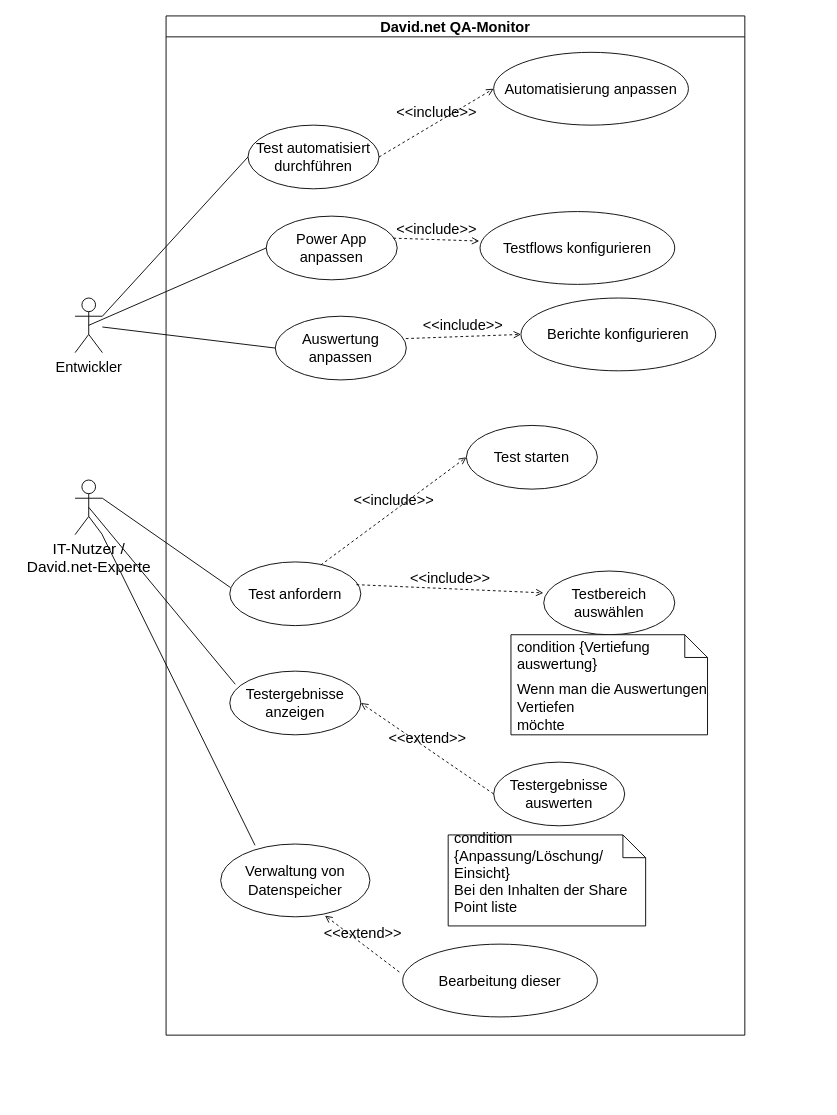
This is page "Seite-21" (21 of 25) of Unbenanntes Diagramm.drawio from ZimmermannITNutzerLU/Diagramme, a draw.io file, before an edit. Source tidied: cells renumbered, new cells numbered last; positions are measured from the earlier drawing's top-left corner, leaving out a move shared by most shapes. Both pictures are drawn from the tidied source at 91%, with x=0, y=0 at pixel (75, 15).
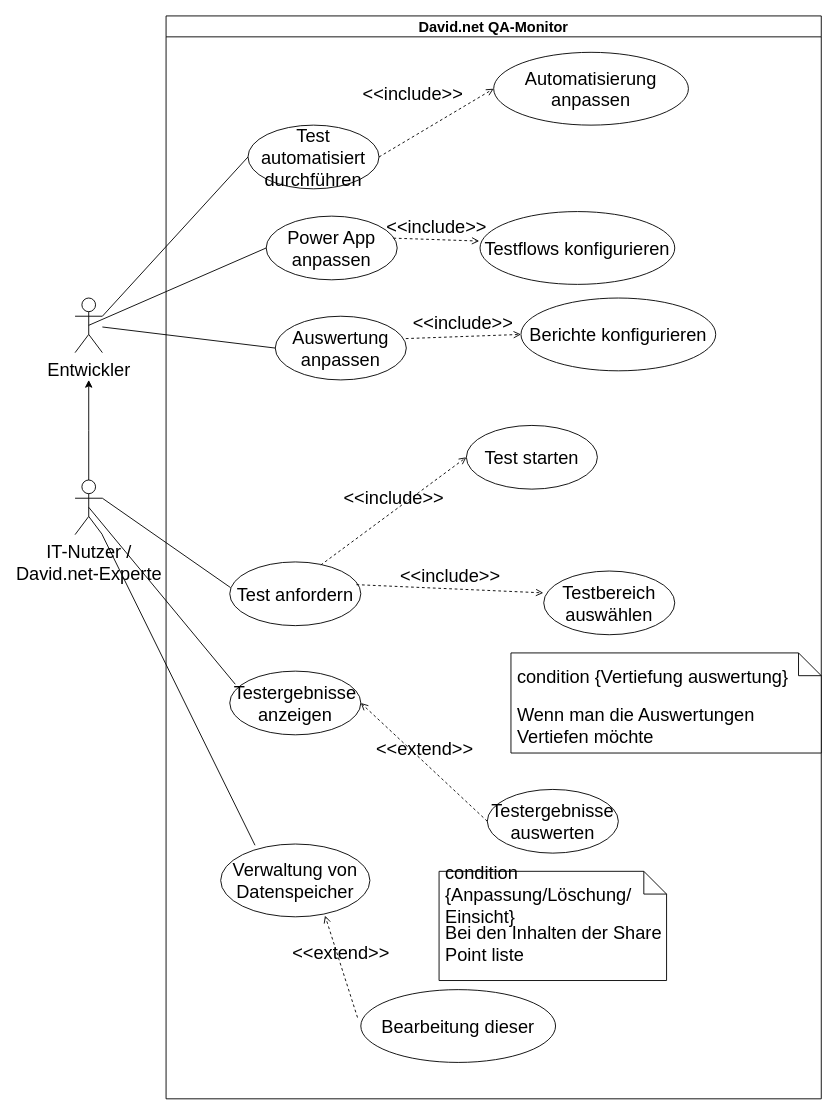
Above is the later version.

Commit message:
Überarbeite Version.drawio eingefügt

Change to the diagram source:
```diff
@@
     <mxCell id="2" value="&lt;font style=&quot;font-size: 16px;&quot;&gt;David.net QA-Monitor&lt;/font&gt;" style="swimlane;whiteSpace=wrap;html=1;" parent="1" vertex="1">
-      <mxGeometry x="100" width="636" height="1120" as="geometry" />
+      <mxGeometry x="100" width="720" height="1190" as="geometry" />
     </mxCell>
-    <mxCell id="3" value="&lt;font style=&quot;font-size: 16px;&quot;&gt;Test automatisiert durchführen&lt;/font&gt;" style="ellipse;whiteSpace=wrap;html=1;" parent="2" vertex="1">
+    <mxCell id="3" value="&lt;font&gt;Test automatisiert durchführen&lt;/font&gt;" style="ellipse;whiteSpace=wrap;html=1;fontSize=20;" parent="2" vertex="1">
       <mxGeometry x="90" y="120" width="144" height="70" as="geometry" />
     </mxCell>
-    <mxCell id="4" value="&lt;font style=&quot;font-size: 16px;&quot;&gt;Test anfordern&lt;/font&gt;" style="ellipse;whiteSpace=wrap;html=1;" parent="2" vertex="1">
+    <mxCell id="4" value="&lt;font&gt;Test anfordern&lt;/font&gt;" style="ellipse;whiteSpace=wrap;html=1;fontSize=20;" parent="2" vertex="1">
       <mxGeometry x="70" y="600" width="144" height="70" as="geometry" />
     </mxCell>
-    <mxCell id="5" value="&lt;font style=&quot;font-size: 16px;&quot;&gt;Testbereich auswählen&lt;/font&gt;" style="ellipse;whiteSpace=wrap;html=1;" parent="2" vertex="1">
+    <mxCell id="5" value="&lt;font&gt;Testbereich auswählen&lt;/font&gt;" style="ellipse;whiteSpace=wrap;html=1;fontSize=20;" parent="2" vertex="1">
       <mxGeometry x="415" y="610" width="144" height="70" as="geometry" />
     </mxCell>
-    <mxCell id="6" value="&lt;font style=&quot;font-size: 16px;&quot;&gt;Test starten&lt;/font&gt;" style="ellipse;whiteSpace=wrap;html=1;" parent="2" vertex="1">
+    <mxCell id="6" value="&lt;font&gt;Test starten&lt;/font&gt;" style="ellipse;whiteSpace=wrap;html=1;fontSize=20;" parent="2" vertex="1">
       <mxGeometry x="330" y="450" width="144" height="70" as="geometry" />
     </mxCell>
-    <mxCell id="7" value="&lt;font style=&quot;font-size: 16px;&quot;&gt;&amp;lt;&amp;lt;include&amp;gt;&amp;gt;&lt;/font&gt;" style="html=1;verticalAlign=bottom;labelBackgroundColor=none;endArrow=open;endFill=0;dashed=1;rounded=0;entryX=0;entryY=0.5;entryDx=0;entryDy=0;exitX=0.694;exitY=0.049;exitDx=0;exitDy=0;exitPerimeter=0;" parent="2" edge="1" source="4" target="6">
+    <mxCell id="7" value="&lt;font&gt;&amp;lt;&amp;lt;include&amp;gt;&amp;gt;&lt;/font&gt;" style="html=1;verticalAlign=bottom;labelBackgroundColor=none;endArrow=open;endFill=0;dashed=1;rounded=0;entryX=0;entryY=0.5;entryDx=0;entryDy=0;exitX=0.694;exitY=0.049;exitDx=0;exitDy=0;exitPerimeter=0;fontSize=20;" parent="2" edge="1" source="4" target="6">
       <mxGeometry relative="1" as="geometry" />
     </mxCell>
-    <mxCell id="8" value="&lt;font style=&quot;font-size: 16px;&quot;&gt;&amp;lt;&amp;lt;include&amp;gt;&amp;gt;&lt;/font&gt;" style="html=1;verticalAlign=bottom;labelBackgroundColor=none;endArrow=open;endFill=0;dashed=1;rounded=0;exitX=0.967;exitY=0.357;exitDx=0;exitDy=0;exitPerimeter=0;entryX=-0.003;entryY=0.343;entryDx=0;entryDy=0;entryPerimeter=0;" parent="2" edge="1" source="4" target="5">
+    <mxCell id="8" value="&lt;font&gt;&amp;lt;&amp;lt;include&amp;gt;&amp;gt;&lt;/font&gt;" style="html=1;verticalAlign=bottom;labelBackgroundColor=none;endArrow=open;endFill=0;dashed=1;rounded=0;exitX=0.967;exitY=0.357;exitDx=0;exitDy=0;exitPerimeter=0;entryX=-0.003;entryY=0.343;entryDx=0;entryDy=0;entryPerimeter=0;fontSize=20;" parent="2" edge="1" source="4" target="5">
       <mxGeometry relative="1" as="geometry" />
     </mxCell>
-    <mxCell id="9" value="&lt;font style=&quot;font-size: 16px;&quot;&gt;Testergebnisse anzeigen&lt;/font&gt;" style="ellipse;whiteSpace=wrap;html=1;" parent="2" vertex="1">
+    <mxCell id="9" value="&lt;font&gt;Testergebnisse anzeigen&lt;/font&gt;" style="ellipse;whiteSpace=wrap;html=1;fontSize=20;" parent="2" vertex="1">
       <mxGeometry x="70" y="720" width="144" height="70" as="geometry" />
     </mxCell>
-    <mxCell id="10" value="&lt;font style=&quot;font-size: 16px;&quot;&gt;Verwaltung von Datenspeicher&lt;/font&gt;" style="ellipse;whiteSpace=wrap;html=1;" parent="2" vertex="1">
+    <mxCell id="10" value="&lt;font&gt;Verwaltung von Datenspeicher&lt;/font&gt;" style="ellipse;whiteSpace=wrap;html=1;fontSize=20;" parent="2" vertex="1">
       <mxGeometry x="60" y="910" width="164" height="80" as="geometry" />
     </mxCell>
-    <mxCell id="11" value="&lt;font style=&quot;font-size: 16px;&quot;&gt;Testergebnisse auswerten&lt;/font&gt;" style="ellipse;whiteSpace=wrap;html=1;" parent="2" vertex="1">
-      <mxGeometry x="360" y="820" width="144" height="70" as="geometry" />
+    <mxCell id="11" value="&lt;font&gt;Testergebnisse auswerten&lt;/font&gt;" style="ellipse;whiteSpace=wrap;html=1;fontSize=20;" parent="2" vertex="1">
+      <mxGeometry x="353" y="850" width="144" height="70" as="geometry" />
     </mxCell>
-    <mxCell id="12" value="&lt;font style=&quot;font-size: 16px;&quot;&gt;&amp;lt;&amp;lt;extend&amp;gt;&amp;gt;&lt;/font&gt;" style="html=1;verticalAlign=bottom;labelBackgroundColor=none;endArrow=open;endFill=0;dashed=1;rounded=0;entryX=1;entryY=0.5;entryDx=0;entryDy=0;exitX=0;exitY=0.5;exitDx=0;exitDy=0;" parent="2" edge="1" source="11" target="9">
+    <mxCell id="12" value="&lt;font&gt;&amp;lt;&amp;lt;extend&amp;gt;&amp;gt;&lt;/font&gt;" style="html=1;verticalAlign=bottom;labelBackgroundColor=none;endArrow=open;endFill=0;dashed=1;rounded=0;entryX=1;entryY=0.5;entryDx=0;entryDy=0;exitX=0;exitY=0.5;exitDx=0;exitDy=0;fontSize=20;" parent="2" edge="1" source="11" target="9">
       <mxGeometry relative="1" as="geometry" />
     </mxCell>
-    <mxCell id="13" value="&lt;font style=&quot;font-size: 16px;&quot;&gt;Bearbeitung dieser&lt;/font&gt;" style="ellipse;whiteSpace=wrap;html=1;" parent="2" vertex="1">
-      <mxGeometry x="260" y="1020" width="214" height="80" as="geometry" />
+    <mxCell id="13" value="&lt;font&gt;Bearbeitung dieser&lt;/font&gt;" style="ellipse;whiteSpace=wrap;html=1;fontSize=20;" parent="2" vertex="1">
+      <mxGeometry x="214" y="1070" width="214" height="80" as="geometry" />
     </mxCell>
-    <mxCell id="14" value="&lt;font style=&quot;font-size: 16px;&quot;&gt;&amp;lt;&amp;lt;extend&amp;gt;&amp;gt;&lt;/font&gt;" style="html=1;verticalAlign=bottom;labelBackgroundColor=none;endArrow=open;endFill=0;dashed=1;rounded=0;entryX=0.699;entryY=0.983;entryDx=0;entryDy=0;entryPerimeter=0;exitX=-0.017;exitY=0.383;exitDx=0;exitDy=0;exitPerimeter=0;" parent="2" edge="1" source="13" target="10">
+    <mxCell id="14" value="&lt;font&gt;&amp;lt;&amp;lt;extend&amp;gt;&amp;gt;&lt;/font&gt;" style="html=1;verticalAlign=bottom;labelBackgroundColor=none;endArrow=open;endFill=0;dashed=1;rounded=0;entryX=0.699;entryY=0.983;entryDx=0;entryDy=0;entryPerimeter=0;exitX=-0.017;exitY=0.383;exitDx=0;exitDy=0;exitPerimeter=0;fontSize=20;" parent="2" edge="1" source="13" target="10">
       <mxGeometry relative="1" as="geometry" />
     </mxCell>
-    <mxCell id="15" value="&lt;font style=&quot;font-size: 16px;&quot;&gt;Power App anpassen&lt;/font&gt;" style="ellipse;whiteSpace=wrap;html=1;" parent="2" vertex="1">
+    <mxCell id="15" value="&lt;font&gt;Power App anpassen&lt;/font&gt;" style="ellipse;whiteSpace=wrap;html=1;fontSize=20;" parent="2" vertex="1">
       <mxGeometry x="110" y="220" width="144" height="70" as="geometry" />
     </mxCell>
-    <mxCell id="16" value="&lt;font style=&quot;font-size: 16px;&quot;&gt;Automatisierung anpassen&lt;/font&gt;" style="ellipse;whiteSpace=wrap;html=1;" parent="2" vertex="1">
+    <mxCell id="16" value="&lt;font&gt;Automatisierung anpassen&lt;/font&gt;" style="ellipse;whiteSpace=wrap;html=1;fontSize=20;" parent="2" vertex="1">
       <mxGeometry x="360" y="40" width="214" height="80" as="geometry" />
     </mxCell>
-    <mxCell id="17" value="&lt;font style=&quot;font-size: 16px;&quot;&gt;&amp;lt;&amp;lt;include&amp;gt;&amp;gt;&lt;/font&gt;" style="html=1;verticalAlign=bottom;labelBackgroundColor=none;endArrow=open;endFill=0;dashed=1;rounded=0;entryX=0;entryY=0.5;entryDx=0;entryDy=0;exitX=1;exitY=0.5;exitDx=0;exitDy=0;" parent="2" edge="1" source="3" target="16">
-      <mxGeometry relative="1" as="geometry" />
+    <mxCell id="17" value="&lt;font&gt;&amp;lt;&amp;lt;include&amp;gt;&amp;gt;&lt;/font&gt;" style="html=1;verticalAlign=bottom;labelBackgroundColor=none;endArrow=open;endFill=0;dashed=1;rounded=0;entryX=0;entryY=0.5;entryDx=0;entryDy=0;exitX=1;exitY=0.5;exitDx=0;exitDy=0;fontSize=20;" parent="2" edge="1" source="3" target="16">
+      <mxGeometry x="-0.19" y="29" relative="1" as="geometry">
+        <mxPoint x="1" as="offset" />
+      </mxGeometry>
     </mxCell>
-    <mxCell id="18" value="&lt;font style=&quot;font-size: 16px;&quot;&gt;Testflows konfigurieren&lt;/font&gt;" style="ellipse;whiteSpace=wrap;html=1;" parent="2" vertex="1">
+    <mxCell id="18" value="&lt;font&gt;Testflows konfigurieren&lt;/font&gt;" style="ellipse;whiteSpace=wrap;html=1;fontSize=20;" parent="2" vertex="1">
       <mxGeometry x="345" y="215" width="214" height="80" as="geometry" />
     </mxCell>
-    <mxCell id="19" value="&lt;font style=&quot;font-size: 16px;&quot;&gt;&amp;lt;&amp;lt;include&amp;gt;&amp;gt;&lt;/font&gt;" style="html=1;verticalAlign=bottom;labelBackgroundColor=none;endArrow=open;endFill=0;dashed=1;rounded=0;entryX=-0.004;entryY=0.405;entryDx=0;entryDy=0;exitX=0.971;exitY=0.346;exitDx=0;exitDy=0;exitPerimeter=0;entryPerimeter=0;" parent="2" edge="1" source="15" target="18">
+    <mxCell id="19" value="&lt;font&gt;&amp;lt;&amp;lt;include&amp;gt;&amp;gt;&lt;/font&gt;" style="html=1;verticalAlign=bottom;labelBackgroundColor=none;endArrow=open;endFill=0;dashed=1;rounded=0;entryX=-0.004;entryY=0.405;entryDx=0;entryDy=0;exitX=0.971;exitY=0.346;exitDx=0;exitDy=0;exitPerimeter=0;entryPerimeter=0;fontSize=20;" parent="2" edge="1" source="15" target="18">
       <mxGeometry relative="1" as="geometry" />
     </mxCell>
-    <mxCell id="20" value="&lt;font style=&quot;font-size: 16px;&quot;&gt;Auswertung anpassen&lt;/font&gt;" style="ellipse;whiteSpace=wrap;html=1;" parent="2" vertex="1">
+    <mxCell id="20" value="&lt;font&gt;Auswertung anpassen&lt;/font&gt;" style="ellipse;whiteSpace=wrap;html=1;fontSize=20;" parent="2" vertex="1">
       <mxGeometry x="120" y="330" width="144" height="70" as="geometry" />
     </mxCell>
-    <mxCell id="21" value="&lt;font style=&quot;font-size: 16px;&quot;&gt;Berichte konfigurieren&lt;/font&gt;" style="ellipse;whiteSpace=wrap;html=1;" parent="2" vertex="1">
+    <mxCell id="21" value="&lt;font&gt;Berichte konfigurieren&lt;/font&gt;" style="ellipse;whiteSpace=wrap;html=1;fontSize=20;" parent="2" vertex="1">
       <mxGeometry x="390" y="310" width="214" height="80" as="geometry" />
     </mxCell>
-    <mxCell id="22" value="&lt;font style=&quot;font-size: 16px;&quot;&gt;&amp;lt;&amp;lt;include&amp;gt;&amp;gt;&lt;/font&gt;" style="html=1;verticalAlign=bottom;labelBackgroundColor=none;endArrow=open;endFill=0;dashed=1;rounded=0;exitX=0.996;exitY=0.351;exitDx=0;exitDy=0;exitPerimeter=0;entryX=0;entryY=0.5;entryDx=0;entryDy=0;" parent="2" edge="1" source="20" target="21">
+    <mxCell id="22" value="&lt;font&gt;&amp;lt;&amp;lt;include&amp;gt;&amp;gt;&lt;/font&gt;" style="html=1;verticalAlign=bottom;labelBackgroundColor=none;endArrow=open;endFill=0;dashed=1;rounded=0;exitX=0.996;exitY=0.351;exitDx=0;exitDy=0;exitPerimeter=0;entryX=0;entryY=0.5;entryDx=0;entryDy=0;fontSize=20;" parent="2" edge="1" source="20" target="21">
       <mxGeometry relative="1" as="geometry" />
     </mxCell>
-    <mxCell id="23" value="&lt;div&gt;&lt;font style=&quot;font-size: 16px;&quot;&gt;&lt;br&gt;&lt;/font&gt;&lt;/div&gt;&lt;div&gt;&lt;font style=&quot;font-size: 16px;&quot;&gt;Bei den Inhalten der Share Point liste&amp;nbsp;&lt;/font&gt;&lt;/div&gt;" style="shape=note2;boundedLbl=1;whiteSpace=wrap;html=1;size=25;verticalAlign=top;align=left;spacingLeft=5;" parent="2" vertex="1">
-      <mxGeometry x="310" y="900" width="217" height="100" as="geometry" />
+    <mxCell id="23" value="&lt;div&gt;&lt;font&gt;&lt;br&gt;&lt;/font&gt;&lt;/div&gt;&lt;div&gt;&lt;font&gt;Bei den Inhalten der Share Point liste&amp;nbsp;&lt;/font&gt;&lt;/div&gt;" style="shape=note2;boundedLbl=1;whiteSpace=wrap;html=1;size=25;verticalAlign=top;align=left;spacingLeft=5;fontSize=20;" parent="2" vertex="1">
+      <mxGeometry x="300" y="940" width="250" height="120" as="geometry" />
     </mxCell>
-    <mxCell id="24" value="&lt;div&gt;&lt;font style=&quot;font-size: 16px;&quot;&gt;&lt;br&gt;&lt;/font&gt;&lt;/div&gt;&lt;div&gt;&lt;font style=&quot;font-size: 16px;&quot;&gt;condition {Anpassung/Löschung/ Einsicht}&lt;/font&gt;&lt;/div&gt;" style="strokeColor=none;fillColor=none;align=left;spacingLeft=5;whiteSpace=wrap;html=1;" parent="23" vertex="1">
-      <mxGeometry width="217" height="25" relative="1" as="geometry" />
+    <mxCell id="24" value="&lt;div&gt;&lt;font&gt;&lt;br&gt;&lt;/font&gt;&lt;/div&gt;&lt;div&gt;&lt;font&gt;condition {Anpassung/Löschung/ Einsicht}&lt;/font&gt;&lt;/div&gt;" style="strokeColor=none;fillColor=none;align=left;spacingLeft=5;whiteSpace=wrap;html=1;fontSize=20;" parent="23" vertex="1">
+      <mxGeometry width="250" height="25" relative="1" as="geometry" />
     </mxCell>
-    <mxCell id="25" value="&lt;div&gt;&lt;font style=&quot;font-size: 16px;&quot;&gt;&lt;br&gt;&lt;/font&gt;&lt;/div&gt;&lt;div&gt;&lt;font style=&quot;font-size: 16px;&quot;&gt;Wenn man die Auswertungen Vertiefen&lt;/font&gt;&lt;/div&gt;&lt;div&gt;&lt;font style=&quot;font-size: 16px;&quot;&gt;möchte&lt;/font&gt;&lt;/div&gt;" style="shape=note2;boundedLbl=1;whiteSpace=wrap;html=1;size=25;verticalAlign=top;align=left;spacingLeft=5;" parent="2" vertex="1">
-      <mxGeometry x="379" y="680" width="216" height="110" as="geometry" />
+    <mxCell id="25" value="&lt;div&gt;&lt;font&gt;&lt;br&gt;&lt;/font&gt;&lt;/div&gt;&lt;div&gt;&lt;font&gt;Wenn man die Auswertungen Vertiefen möchte&lt;/font&gt;&lt;/div&gt;" style="shape=note2;boundedLbl=1;whiteSpace=wrap;html=1;size=25;verticalAlign=top;align=left;spacingLeft=5;fontSize=20;" parent="2" vertex="1">
+      <mxGeometry x="379" y="700" width="341" height="110" as="geometry" />
     </mxCell>
-    <mxCell id="26" value="&lt;div&gt;&lt;font style=&quot;font-size: 16px;&quot;&gt;&lt;br&gt;&lt;/font&gt;&lt;/div&gt;&lt;div&gt;&lt;font style=&quot;font-size: 16px;&quot;&gt;condition {Vertiefung auswertung}&lt;/font&gt;&lt;/div&gt;" style="strokeColor=none;fillColor=none;align=left;spacingLeft=5;whiteSpace=wrap;html=1;" parent="25" vertex="1">
-      <mxGeometry width="216" height="25" relative="1" as="geometry" />
+    <mxCell id="26" value="&lt;div&gt;&lt;font&gt;&lt;br&gt;&lt;/font&gt;&lt;/div&gt;&lt;div&gt;&lt;font&gt;condition {Vertiefung auswertung}&lt;/font&gt;&lt;/div&gt;" style="strokeColor=none;fillColor=none;align=left;spacingLeft=5;whiteSpace=wrap;html=1;fontSize=20;" parent="25" vertex="1">
+      <mxGeometry width="341" height="25" relative="1" as="geometry" />
     </mxCell>
+    <mxCell id="35" style="edgeStyle=orthogonalEdgeStyle;rounded=0;jettySize=auto;html=1;fontSize=20;" parent="1" edge="1" source="27">
+      <mxGeometry relative="1" as="geometry">
+        <mxPoint x="15" y="400" as="targetPoint" />
+      </mxGeometry>
+    </mxCell>
-    <mxCell id="27" value="&lt;font style=&quot;font-size: 17px;&quot;&gt;IT-Nutzer /&lt;/font&gt;&lt;div&gt;&lt;font style=&quot;font-size: 17px;&quot;&gt;David.net-Experte&lt;/font&gt;&lt;/div&gt;" style="shape=umlActor;verticalLabelPosition=bottom;verticalAlign=top;html=1;outlineConnect=0;" parent="1" vertex="1">
+    <mxCell id="27" value="&lt;font&gt;IT-Nutzer /&lt;/font&gt;&lt;div&gt;&lt;font&gt;David.net-Experte&lt;/font&gt;&lt;/div&gt;" style="shape=umlActor;verticalLabelPosition=bottom;verticalAlign=top;html=1;outlineConnect=0;fontSize=20;" parent="1" vertex="1">
       <mxGeometry y="510" width="30" height="60" as="geometry" />
     </mxCell>
-    <mxCell id="28" value="&lt;font style=&quot;font-size: 16px;&quot;&gt;Entwickler&lt;/font&gt;" style="shape=umlActor;verticalLabelPosition=bottom;verticalAlign=top;html=1;outlineConnect=0;" parent="1" vertex="1">
+    <mxCell id="28" value="&lt;font&gt;Entwickler&lt;/font&gt;" style="shape=umlActor;verticalLabelPosition=bottom;verticalAlign=top;html=1;outlineConnect=0;fontSize=20;" parent="1" vertex="1">
       <mxGeometry y="310" width="30" height="60" as="geometry" />
     </mxCell>
-    <mxCell id="29" style="endArrow=none;html=1;rounded=0;entryX=0.006;entryY=0.403;entryDx=0;entryDy=0;entryPerimeter=0;exitX=1;exitY=0.3333333333333333;exitDx=0;exitDy=0;exitPerimeter=0;" parent="1" edge="1" source="27" target="4">
+    <mxCell id="29" style="endArrow=none;html=1;rounded=0;entryX=0.006;entryY=0.403;entryDx=0;entryDy=0;entryPerimeter=0;exitX=1;exitY=0.3333333333333333;exitDx=0;exitDy=0;exitPerimeter=0;fontSize=20;" parent="1" edge="1" source="27" target="4">
       <mxGeometry relative="1" as="geometry" />
     </mxCell>
-    <mxCell id="30" style="endArrow=none;html=1;rounded=0;entryX=0.042;entryY=0.206;entryDx=0;entryDy=0;entryPerimeter=0;exitX=0.5;exitY=0.5;exitDx=0;exitDy=0;exitPerimeter=0;" parent="1" edge="1" source="27" target="9">
+    <mxCell id="30" style="endArrow=none;html=1;rounded=0;entryX=0.042;entryY=0.206;entryDx=0;entryDy=0;entryPerimeter=0;exitX=0.5;exitY=0.5;exitDx=0;exitDy=0;exitPerimeter=0;fontSize=20;" parent="1" edge="1" source="27" target="9">
       <mxGeometry relative="1" as="geometry" />
     </mxCell>
-    <mxCell id="31" style="endArrow=none;html=1;rounded=0;entryX=0;entryY=0.5;entryDx=0;entryDy=0;exitX=1;exitY=0.3333333333333333;exitDx=0;exitDy=0;exitPerimeter=0;" parent="1" edge="1" source="28" target="3">
+    <mxCell id="31" style="endArrow=none;html=1;rounded=0;entryX=0;entryY=0.5;entryDx=0;entryDy=0;exitX=1;exitY=0.3333333333333333;exitDx=0;exitDy=0;exitPerimeter=0;fontSize=20;" parent="1" edge="1" source="28" target="3">
       <mxGeometry relative="1" as="geometry" />
     </mxCell>
-    <mxCell id="32" style="endArrow=none;html=1;rounded=0;entryX=0;entryY=0.5;entryDx=0;entryDy=0;exitX=0.5;exitY=0.5;exitDx=0;exitDy=0;exitPerimeter=0;" parent="1" edge="1" source="28" target="15">
+    <mxCell id="32" style="endArrow=none;html=1;rounded=0;entryX=0;entryY=0.5;entryDx=0;entryDy=0;exitX=0.5;exitY=0.5;exitDx=0;exitDy=0;exitPerimeter=0;fontSize=20;" parent="1" edge="1" source="28" target="15">
       <mxGeometry relative="1" as="geometry" />
     </mxCell>
-    <mxCell id="33" style="endArrow=none;html=1;rounded=0;entryX=0;entryY=0.5;entryDx=0;entryDy=0;" parent="1" edge="1" source="28" target="20">
+    <mxCell id="33" style="endArrow=none;html=1;rounded=0;entryX=0;entryY=0.5;entryDx=0;entryDy=0;fontSize=20;" parent="1" edge="1" source="28" target="20">
       <mxGeometry relative="1" as="geometry" />
     </mxCell>
-    <mxCell id="34" style="endArrow=none;html=1;rounded=0;entryX=0.23;entryY=0.017;entryDx=0;entryDy=0;entryPerimeter=0;" parent="1" edge="1" source="27" target="10">
+    <mxCell id="34" style="endArrow=none;html=1;rounded=0;entryX=0.23;entryY=0.017;entryDx=0;entryDy=0;entryPerimeter=0;fontSize=20;" parent="1" edge="1" source="27" target="10">
       <mxGeometry relative="1" as="geometry" />
     </mxCell>
```
